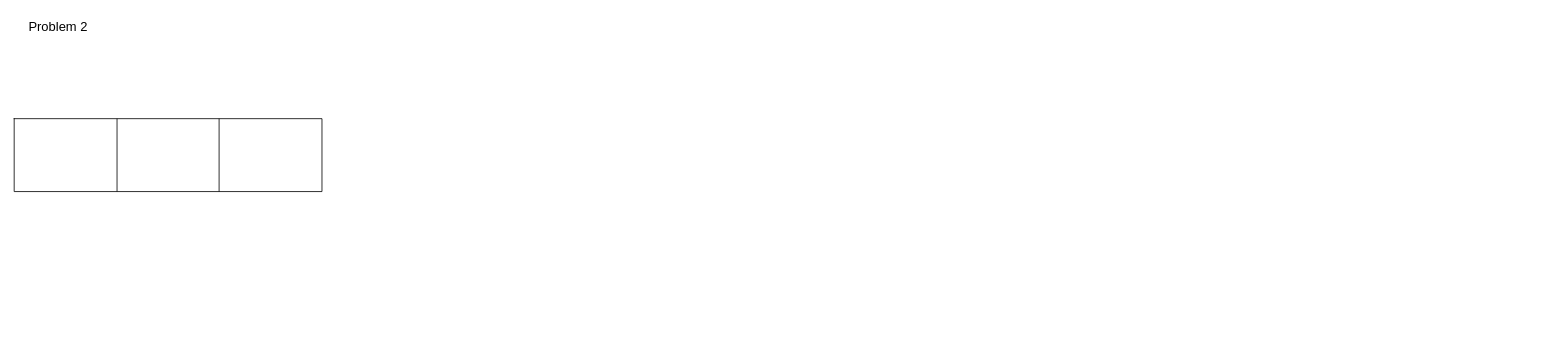
Before: Untitled Diagram.drawio in jahnavik0801/Databases, a draw.io diagram. Source tidied: cells renumbered, new cells numbered last; positions are measured from the earlier drawing's top-left corner, leaving out a move shared by most shapes. Both pictures are drawn from the tidied source at 81%, with x=0, y=0 at pixel (14, 14).
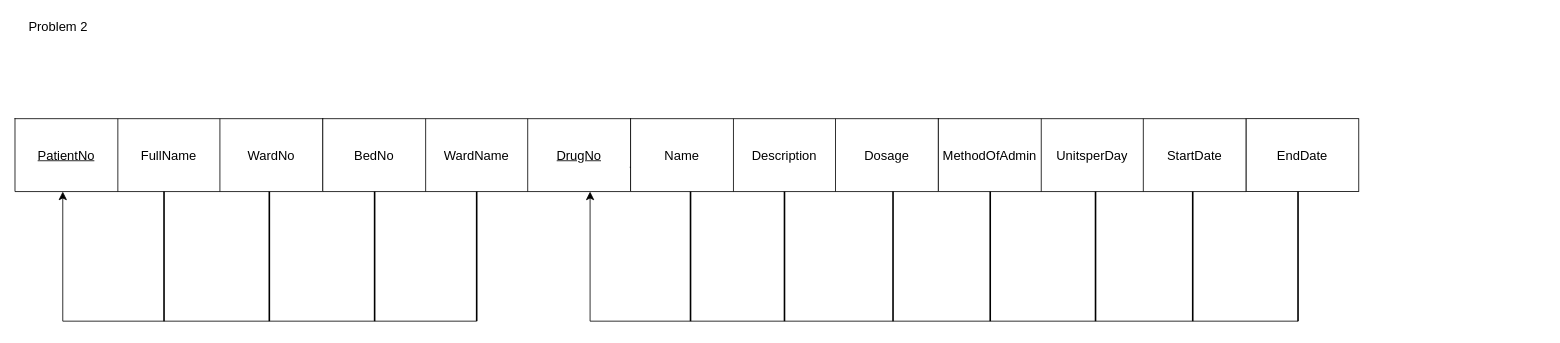
Above is the later version.

Unchanged cells that the change refers to:
```xml
<mxCell id="3" style="shape=tableRow;horizontal=0;startSize=0;swimlaneHead=0;swimlaneBody=0;strokeColor=inherit;top=0;left=0;bottom=0;right=0;fillColor=none;fontSize=16;" parent="2" vertex="1">
  <mxGeometry width="380" height="90" as="geometry" />
</mxCell>
```

The edit, as a diff of the source:
```diff
@@
     <mxCell id="2" style="shape=table;startSize=0;childLayout=tableLayout;fontSize=16;" parent="1" vertex="1">
-      <mxGeometry y="129" width="380" height="90" as="geometry" />
+      <mxGeometry x="1" y="129" width="380" height="90" as="geometry" />
     </mxCell>
@@
-    <mxCell id="4" style="shape=partialRectangle;html=1;whiteSpace=wrap;strokeColor=inherit;overflow=hidden;fillColor=none;top=0;left=0;bottom=0;right=0;fontSize=16;" parent="3" vertex="1">
+    <mxCell id="4" value="&lt;u&gt;PatientNo&lt;/u&gt;" style="shape=partialRectangle;html=1;whiteSpace=wrap;strokeColor=inherit;overflow=hidden;fillColor=none;top=0;left=0;bottom=0;right=0;fontSize=16;" parent="3" vertex="1">
       <mxGeometry width="127" height="90" as="geometry" />
     </mxCell>
-    <mxCell id="5" style="shape=partialRectangle;html=1;whiteSpace=wrap;strokeColor=inherit;overflow=hidden;fillColor=none;top=0;left=0;bottom=0;right=0;fontSize=16;" parent="3" vertex="1">
+    <mxCell id="5" value="FullName" style="shape=partialRectangle;html=1;whiteSpace=wrap;strokeColor=inherit;overflow=hidden;fillColor=none;top=0;left=0;bottom=0;right=0;fontSize=16;" parent="3" vertex="1">
       <mxGeometry x="127" width="126" height="90" as="geometry" />
     </mxCell>
-    <mxCell id="6" style="shape=partialRectangle;html=1;whiteSpace=wrap;strokeColor=inherit;overflow=hidden;fillColor=none;top=0;left=0;bottom=0;right=0;fontSize=16;" parent="3" vertex="1">
+    <mxCell id="6" value="WardNo" style="shape=partialRectangle;html=1;whiteSpace=wrap;strokeColor=inherit;overflow=hidden;fillColor=none;top=0;left=0;bottom=0;right=0;fontSize=16;" parent="3" vertex="1">
       <mxGeometry x="253" width="127" height="90" as="geometry" />
     </mxCell>
@@
+    <mxCell id="8" style="shape=table;startSize=0;childLayout=tableLayout;fontSize=16;" parent="1" vertex="1">
+      <mxGeometry x="381" y="129" width="380" height="90" as="geometry" />
+    </mxCell>
+    <mxCell id="9" style="shape=tableRow;horizontal=0;startSize=0;swimlaneHead=0;swimlaneBody=0;strokeColor=inherit;top=0;left=0;bottom=0;right=0;fillColor=none;points=[[0,0.5],[1,0.5]];portConstraint=eastwest;fontSize=16;" parent="8" vertex="1">
+      <mxGeometry width="380" height="90" as="geometry" />
+    </mxCell>
+    <mxCell id="10" value="BedNo&lt;span style=&quot;white-space: pre;&quot;&gt;&lt;/span&gt;" style="shape=partialRectangle;html=1;whiteSpace=wrap;strokeColor=inherit;overflow=hidden;fillColor=none;top=0;left=0;bottom=0;right=0;fontSize=16;" parent="9" vertex="1">
+      <mxGeometry width="127" height="90" as="geometry" />
+    </mxCell>
+    <mxCell id="11" value="WardName" style="shape=partialRectangle;html=1;whiteSpace=wrap;strokeColor=inherit;overflow=hidden;fillColor=none;top=0;left=0;bottom=0;right=0;fontSize=16;" parent="9" vertex="1">
+      <mxGeometry x="127" width="126" height="90" as="geometry" />
+    </mxCell>
+    <mxCell id="12" value="&lt;u&gt;DrugNo&lt;/u&gt;" style="shape=partialRectangle;html=1;whiteSpace=wrap;strokeColor=inherit;overflow=hidden;fillColor=none;top=0;left=0;bottom=0;right=0;fontSize=16;" parent="9" vertex="1">
+      <mxGeometry x="253" width="127" height="90" as="geometry" />
+    </mxCell>
+    <mxCell id="13" style="shape=table;startSize=0;childLayout=tableLayout;fontSize=16;" parent="1" vertex="1">
+      <mxGeometry x="761" y="129" width="380" height="90" as="geometry" />
+    </mxCell>
+    <mxCell id="14" style="shape=tableRow;horizontal=0;startSize=0;swimlaneHead=0;swimlaneBody=0;strokeColor=inherit;top=0;left=0;bottom=0;right=0;fillColor=none;fontSize=16;" parent="13" vertex="1">
+      <mxGeometry width="380" height="90" as="geometry" />
+    </mxCell>
+    <mxCell id="15" value="Name" style="shape=partialRectangle;html=1;whiteSpace=wrap;strokeColor=inherit;overflow=hidden;fillColor=none;top=0;left=0;bottom=0;right=0;fontSize=16;" parent="14" vertex="1">
+      <mxGeometry width="127" height="90" as="geometry" />
+    </mxCell>
+    <mxCell id="16" value="Description" style="shape=partialRectangle;html=1;whiteSpace=wrap;strokeColor=inherit;overflow=hidden;fillColor=none;top=0;left=0;bottom=0;right=0;fontSize=16;" parent="14" vertex="1">
+      <mxGeometry x="127" width="126" height="90" as="geometry" />
+    </mxCell>
+    <mxCell id="17" value="Dosage" style="shape=partialRectangle;html=1;whiteSpace=wrap;strokeColor=inherit;overflow=hidden;fillColor=none;top=0;left=0;bottom=0;right=0;fontSize=16;" parent="14" vertex="1">
+      <mxGeometry x="253" width="127" height="90" as="geometry" />
+    </mxCell>
+    <mxCell id="18" style="shape=tableRow;horizontal=0;startSize=0;swimlaneHead=0;swimlaneBody=0;strokeColor=inherit;top=0;left=0;bottom=0;right=0;fillColor=none;fontSize=16;" parent="1" vertex="1">
+      <mxGeometry x="1140" y="129" width="380" height="90" as="geometry" />
+    </mxCell>
+    <mxCell id="19" style="edgeStyle=none;curved=1;rounded=0;jettySize=auto;html=1;fontSize=12;startSize=8;endSize=8;" parent="1" edge="1" source="20" target="26">
+      <mxGeometry relative="1" as="geometry" />
+    </mxCell>
+    <mxCell id="20" style="shape=table;startSize=0;childLayout=tableLayout;fontSize=16;" parent="1" vertex="1">
+      <mxGeometry x="1141" y="129" width="380" height="90" as="geometry" />
+    </mxCell>
+    <mxCell id="21" style="shape=tableRow;horizontal=0;startSize=0;swimlaneHead=0;swimlaneBody=0;strokeColor=inherit;top=0;left=0;bottom=0;right=0;fillColor=none;fontSize=16;" parent="20" vertex="1">
+      <mxGeometry width="380" height="90" as="geometry" />
+    </mxCell>
+    <mxCell id="22" value="MethodOfAdmin&lt;span style=&quot;white-space: pre;&quot;&gt;&lt;/span&gt;" style="shape=partialRectangle;html=1;whiteSpace=wrap;strokeColor=inherit;overflow=hidden;fillColor=none;top=0;left=0;bottom=0;right=0;fontSize=16;" parent="21" vertex="1">
+      <mxGeometry width="127" height="90" as="geometry" />
+    </mxCell>
+    <mxCell id="23" value="UnitsperDay" style="shape=partialRectangle;html=1;whiteSpace=wrap;strokeColor=inherit;overflow=hidden;fillColor=none;top=0;left=0;bottom=0;right=0;fontSize=16;" parent="21" vertex="1">
+      <mxGeometry x="127" width="126" height="90" as="geometry" />
+    </mxCell>
+    <mxCell id="24" value="StartDate" style="shape=partialRectangle;html=1;whiteSpace=wrap;strokeColor=inherit;overflow=hidden;fillColor=none;top=0;left=0;bottom=0;right=0;fontSize=16;" parent="21" vertex="1">
+      <mxGeometry x="253" width="127" height="90" as="geometry" />
+    </mxCell>
+    <mxCell id="25" style="shape=tableRow;horizontal=0;startSize=0;swimlaneHead=0;swimlaneBody=0;strokeColor=inherit;top=0;left=0;bottom=0;right=0;fillColor=none;fontSize=16;" parent="1" vertex="1">
+      <mxGeometry x="1360" y="139" width="531" height="90" as="geometry" />
+    </mxCell>
+    <mxCell id="26" value="EndDate" style="whiteSpace=wrap;html=1;fontSize=16;startSize=0;" parent="25" vertex="1">
+      <mxGeometry x="161" y="-10" width="139" height="90" as="geometry" />
+    </mxCell>
+    <mxCell id="27" style="endArrow=none;html=1;rounded=0;fontSize=12;startSize=8;endSize=8;curved=1;" parent="1" edge="1" target="9">
+      <mxGeometry relative="1" as="geometry">
+        <mxPoint x="760" y="189" as="sourcePoint" />
+      </mxGeometry>
+    </mxCell>
+    <mxCell id="28" style="line;strokeWidth=2;direction=south;html=1;" parent="1" vertex="1">
+      <mxGeometry x="180" y="219" width="10" height="160" as="geometry" />
+    </mxCell>
+    <mxCell id="29" style="line;strokeWidth=2;direction=south;html=1;" parent="1" vertex="1">
+      <mxGeometry x="310" y="219" width="10" height="160" as="geometry" />
+    </mxCell>
+    <mxCell id="30" style="line;strokeWidth=2;direction=south;html=1;" parent="1" vertex="1">
+      <mxGeometry x="830" y="219" width="10" height="160" as="geometry" />
+    </mxCell>
+    <mxCell id="31" style="line;strokeWidth=2;direction=south;html=1;" parent="1" vertex="1">
+      <mxGeometry x="566" y="219" width="10" height="160" as="geometry" />
+    </mxCell>
+    <mxCell id="32" style="line;strokeWidth=2;direction=south;html=1;" parent="1" vertex="1">
+      <mxGeometry x="1580" y="219" width="10" height="160" as="geometry" />
+    </mxCell>
+    <mxCell id="33" style="line;strokeWidth=2;direction=south;html=1;" parent="1" vertex="1">
+      <mxGeometry x="1450" y="219" width="10" height="160" as="geometry" />
+    </mxCell>
+    <mxCell id="34" style="line;strokeWidth=2;direction=south;html=1;" parent="1" vertex="1">
+      <mxGeometry x="1330" y="219" width="10" height="160" as="geometry" />
+    </mxCell>
+    <mxCell id="35" style="line;strokeWidth=2;direction=south;html=1;" parent="1" vertex="1">
+      <mxGeometry x="1200" y="219" width="10" height="160" as="geometry" />
+    </mxCell>
+    <mxCell id="36" style="line;strokeWidth=2;direction=south;html=1;" parent="1" vertex="1">
+      <mxGeometry x="1080" y="219" width="10" height="160" as="geometry" />
+    </mxCell>
+    <mxCell id="37" style="line;strokeWidth=2;direction=south;html=1;" parent="1" vertex="1">
+      <mxGeometry x="946" y="219" width="10" height="160" as="geometry" />
+    </mxCell>
+    <mxCell id="38" style="edgeStyle=segmentEdgeStyle;endArrow=classic;html=1;curved=0;rounded=0;endSize=8;startSize=8;fontSize=12;exitX=1;exitY=0.5;exitDx=0;exitDy=0;exitPerimeter=0;" parent="1" edge="1" source="31">
+      <mxGeometry relative="1" as="geometry">
+        <mxPoint x="60" y="219" as="targetPoint" />
+      </mxGeometry>
+    </mxCell>
+    <mxCell id="39" style="line;strokeWidth=2;direction=south;html=1;" parent="1" vertex="1">
+      <mxGeometry x="440" y="219" width="10" height="160" as="geometry" />
+    </mxCell>
+    <mxCell id="40" style="edgeStyle=segmentEdgeStyle;endArrow=classic;html=1;curved=0;rounded=0;endSize=8;startSize=8;fontSize=12;exitX=1;exitY=0.5;exitDx=0;exitDy=0;exitPerimeter=0;fontStyle=1;" parent="1" edge="1" source="32">
+      <mxGeometry relative="1" as="geometry">
+        <mxPoint x="711" y="219" as="targetPoint" />
+      </mxGeometry>
+    </mxCell>
```
